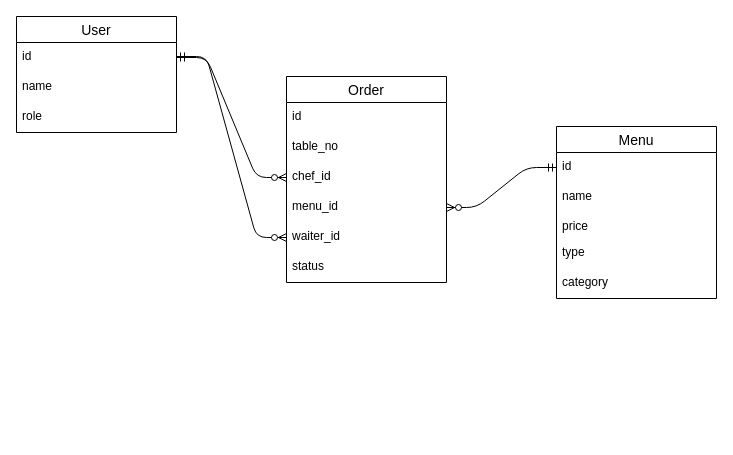
ekopebri/ekopebri.github.io keeps this draw.io diagram as page "ERD" (1 of 3) of Warung Kenyang (WK).drawio. Above is the earlier version. Source tidied: cells renumbered, new cells numbered last; positions are measured from the earlier drawing's top-left corner, leaving out a move shared by most shapes. Both pictures are drawn from the tidied source at 100%, with x=0, y=0 at pixel (16, 16).
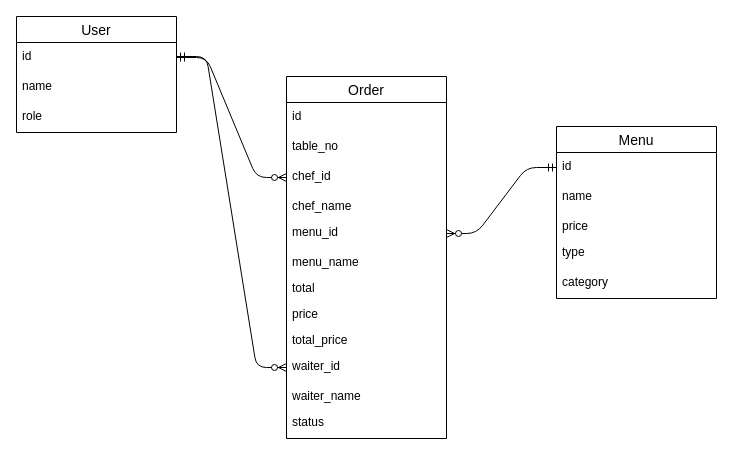
The same diagram, later.

What changed in the source:
```diff
@@
     <mxCell id="6" value="Order" style="swimlane;fontStyle=0;horizontal=1;startSize=26;align=center;fontSize=14;" parent="1" vertex="1">
-      <mxGeometry x="270" y="60" width="160" height="206" as="geometry" />
+      <mxGeometry x="270" y="60" width="160" height="362" as="geometry" />
     </mxCell>
@@
+    <mxCell id="22" value="chef_name" style="text;strokeColor=none;fillColor=none;align=left;verticalAlign=top;spacingLeft=4;spacingRight=4;overflow=hidden;" parent="6" vertex="1">
+      <mxGeometry y="116" width="160" height="26" as="geometry" />
+    </mxCell>
     <mxCell id="10" value="menu_id" style="text;strokeColor=none;fillColor=none;spacingLeft=4;spacingRight=4;overflow=hidden;points=[[0,0.5],[1,0.5]];portConstraint=eastwest;fontSize=12;" parent="6" vertex="1">
-      <mxGeometry y="116" width="160" height="30" as="geometry" />
+      <mxGeometry y="142" width="160" height="30" as="geometry" />
     </mxCell>
+    <mxCell id="23" value="menu_name" style="text;strokeColor=none;fillColor=none;align=left;verticalAlign=top;spacingLeft=4;spacingRight=4;overflow=hidden;" parent="6" vertex="1">
+      <mxGeometry y="172" width="160" height="26" as="geometry" />
+    </mxCell>
+    <mxCell id="24" value="total" style="text;strokeColor=none;fillColor=none;align=left;verticalAlign=top;spacingLeft=4;spacingRight=4;overflow=hidden;" parent="6" vertex="1">
+      <mxGeometry y="198" width="160" height="26" as="geometry" />
+    </mxCell>
+    <mxCell id="25" value="price" style="text;strokeColor=none;fillColor=none;align=left;verticalAlign=top;spacingLeft=4;spacingRight=4;overflow=hidden;" parent="6" vertex="1">
+      <mxGeometry y="224" width="160" height="26" as="geometry" />
+    </mxCell>
+    <mxCell id="26" value="total_price" style="text;strokeColor=none;fillColor=none;align=left;verticalAlign=top;spacingLeft=4;spacingRight=4;overflow=hidden;" parent="6" vertex="1">
+      <mxGeometry y="250" width="160" height="26" as="geometry" />
+    </mxCell>
     <mxCell id="11" value="waiter_id" style="text;strokeColor=none;fillColor=none;spacingLeft=4;spacingRight=4;overflow=hidden;points=[[0,0.5],[1,0.5]];portConstraint=eastwest;fontSize=12;" parent="6" vertex="1">
-      <mxGeometry y="146" width="160" height="30" as="geometry" />
+      <mxGeometry y="276" width="160" height="30" as="geometry" />
     </mxCell>
+    <mxCell id="27" value="waiter_name" style="text;strokeColor=none;fillColor=none;align=left;verticalAlign=top;spacingLeft=4;spacingRight=4;overflow=hidden;" parent="6" vertex="1">
+      <mxGeometry y="306" width="160" height="26" as="geometry" />
+    </mxCell>
     <mxCell id="12" value="status" style="text;strokeColor=none;fillColor=none;spacingLeft=4;spacingRight=4;overflow=hidden;fontSize=12;" parent="6" vertex="1">
-      <mxGeometry y="176" width="160" height="30" as="geometry" />
+      <mxGeometry y="332" width="160" height="30" as="geometry" />
     </mxCell>
```
